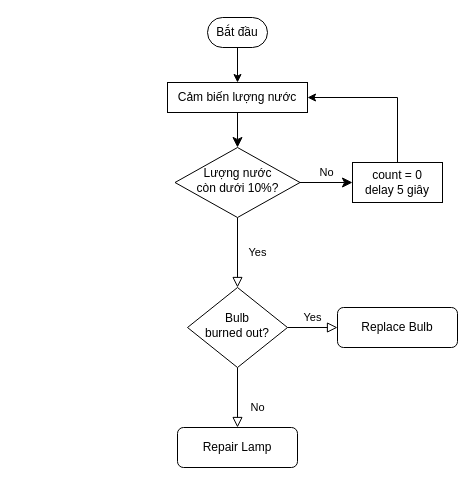
This is IOT flow chart.drawio from nguyenhuy158/diagrams, a draw.io file, before an edit. Source tidied: cells renumbered, new cells numbered last; positions are measured from the earlier drawing's top-left corner, leaving out a move shared by most shapes. Both pictures are drawn from the tidied source at 100%, with x=0, y=0 at pixel (167, 17).
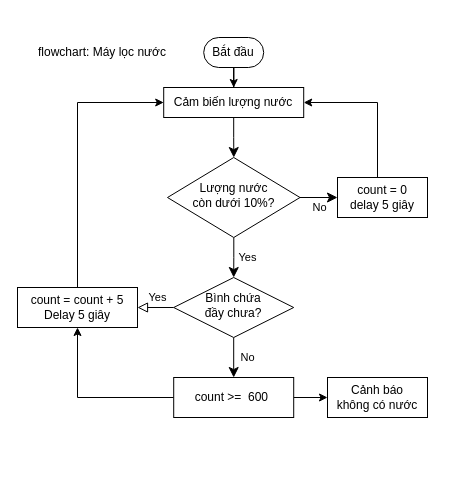
The same diagram, later.

What changed in the source:
```diff
@@
     <mxCell id="3" value="Cảm biến lượng nước" style="rounded=1;whiteSpace=wrap;html=1;fontSize=12;glass=0;strokeWidth=1;shadow=0;arcSize=0;" parent="1" vertex="1">
-      <mxGeometry y="65" width="140" height="30" as="geometry" />
+      <mxGeometry x="-3.8" y="70" width="140" height="30" as="geometry" />
     </mxCell>
-    <mxCell id="4" value="Yes" style="rounded=0;html=1;jettySize=auto;fontSize=11;endArrow=block;endFill=0;endSize=8;strokeWidth=1;shadow=0;labelBackgroundColor=none;edgeStyle=orthogonalEdgeStyle;" parent="1" edge="1" source="6" target="11">
-      <mxGeometry y="20" relative="1" as="geometry" />
+    <mxCell id="4" value="Yes" style="rounded=0;html=1;jettySize=auto;fontSize=11;endArrow=classic;endFill=1;endSize=8;strokeWidth=1;shadow=0;labelBackgroundColor=none;edgeStyle=orthogonalEdgeStyle;" parent="1" edge="1" source="6" target="11">
+      <mxGeometry y="14" relative="1" as="geometry" />
     </mxCell>
@@
     <mxCell id="6" value="Lượng nước &lt;br&gt;còn dưới 10%?" style="rhombus;whiteSpace=wrap;html=1;shadow=0;fontFamily=Helvetica;fontSize=12;align=center;strokeWidth=1;spacing=6;spacingTop=-4;" parent="1" vertex="1">
-      <mxGeometry x="7.5" y="130" width="125" height="70" as="geometry" />
+      <mxGeometry y="140" width="132.5" height="80" as="geometry" />
     </mxCell>
     <mxCell id="7" style="edgeStyle=orthogonalEdgeStyle;rounded=0;jettySize=auto;html=1;entryX=1;entryY=0.5;entryDx=0;entryDy=0;endArrow=classic;endFill=1;" parent="1" edge="1" source="8" target="3">
       <mxGeometry relative="1" as="geometry">
         <Array as="points">
-          <mxPoint x="230" y="80" />
+          <mxPoint x="210" y="85" />
         </Array>
       </mxGeometry>
     </mxCell>
     <mxCell id="8" value="count = 0&lt;br&gt;delay 5 giây" style="rounded=1;whiteSpace=wrap;html=1;fontSize=12;glass=0;strokeWidth=1;shadow=0;arcSize=0;" parent="1" vertex="1">
-      <mxGeometry x="185" y="145" width="90" height="40" as="geometry" />
+      <mxGeometry x="170" y="160" width="90" height="40" as="geometry" />
     </mxCell>
-    <mxCell id="9" value="No" style="rounded=0;html=1;jettySize=auto;fontSize=11;endArrow=block;endFill=0;endSize=8;strokeWidth=1;shadow=0;labelBackgroundColor=none;edgeStyle=orthogonalEdgeStyle;" parent="1" edge="1" source="11" target="12">
-      <mxGeometry x="0.33" y="20" relative="1" as="geometry" />
+    <mxCell id="9" value="No" style="rounded=0;html=1;jettySize=auto;fontSize=11;endArrow=classic;endFill=1;endSize=8;strokeWidth=1;shadow=0;labelBackgroundColor=none;edgeStyle=orthogonalEdgeStyle;" parent="1" edge="1" source="11" target="12">
+      <mxGeometry y="14" relative="1" as="geometry" />
     </mxCell>
     <mxCell id="10" value="Yes" style="edgeStyle=orthogonalEdgeStyle;rounded=0;html=1;jettySize=auto;fontSize=11;endArrow=block;endFill=0;endSize=8;strokeWidth=1;shadow=0;labelBackgroundColor=none;" parent="1" edge="1" source="11" target="13">
-      <mxGeometry y="10" relative="1" as="geometry" />
+      <mxGeometry x="0.08" y="-10" relative="1" as="geometry" />
     </mxCell>
-    <mxCell id="11" value="Bulb&lt;br&gt;burned out?" style="rhombus;whiteSpace=wrap;html=1;shadow=0;fontFamily=Helvetica;fontSize=12;align=center;strokeWidth=1;spacing=6;spacingTop=-4;" parent="1" vertex="1">
-      <mxGeometry x="20" y="270" width="100" height="80" as="geometry" />
+    <mxCell id="11" value="Bình chứa &lt;br&gt;đầy chưa?" style="rhombus;whiteSpace=wrap;html=1;shadow=0;fontFamily=Helvetica;fontSize=12;align=center;strokeWidth=1;spacing=6;spacingTop=-4;" parent="1" vertex="1">
+      <mxGeometry x="6.2" y="260" width="120" height="60" as="geometry" />
     </mxCell>
+    <mxCell id="16" style="edgeStyle=orthogonalEdgeStyle;rounded=0;jettySize=auto;html=1;entryX=0;entryY=0.5;entryDx=0;entryDy=0;endArrow=classic;endFill=1;" parent="1" edge="1" source="12" target="19">
+      <mxGeometry relative="1" as="geometry" />
+    </mxCell>
+    <mxCell id="17" style="edgeStyle=orthogonalEdgeStyle;rounded=0;jettySize=auto;html=1;endArrow=classic;endFill=1;entryX=0.5;entryY=1;entryDx=0;entryDy=0;" parent="1" edge="1" source="12" target="13">
+      <mxGeometry relative="1" as="geometry">
+        <Array as="points">
+          <mxPoint x="-90" y="380" />
+        </Array>
+      </mxGeometry>
+    </mxCell>
-    <mxCell id="12" value="Repair Lamp" style="rounded=1;whiteSpace=wrap;html=1;fontSize=12;glass=0;strokeWidth=1;shadow=0;" parent="1" vertex="1">
-      <mxGeometry x="10" y="410" width="120" height="40" as="geometry" />
+    <mxCell id="12" value="count &amp;gt;=&amp;nbsp; 600&amp;nbsp;" style="rounded=1;whiteSpace=wrap;html=1;fontSize=12;glass=0;strokeWidth=1;shadow=0;arcSize=0;" parent="1" vertex="1">
+      <mxGeometry x="6.2" y="360" width="120" height="40" as="geometry" />
     </mxCell>
+    <mxCell id="18" style="edgeStyle=orthogonalEdgeStyle;rounded=0;jettySize=auto;html=1;entryX=0;entryY=0.5;entryDx=0;entryDy=0;endArrow=classic;endFill=1;" parent="1" edge="1" source="13" target="3">
+      <mxGeometry relative="1" as="geometry">
+        <Array as="points">
+          <mxPoint x="-90" y="85" />
+        </Array>
+      </mxGeometry>
+    </mxCell>
-    <mxCell id="13" value="Replace Bulb" style="rounded=1;whiteSpace=wrap;html=1;fontSize=12;glass=0;strokeWidth=1;shadow=0;" parent="1" vertex="1">
-      <mxGeometry x="170" y="290" width="120" height="40" as="geometry" />
+    <mxCell id="13" value="count = count + 5&lt;br&gt;Delay 5 giây" style="rounded=1;whiteSpace=wrap;html=1;fontSize=12;glass=0;strokeWidth=1;shadow=0;arcSize=0;" parent="1" vertex="1">
+      <mxGeometry x="-150" y="270" width="120" height="40" as="geometry" />
     </mxCell>
@@
     <mxCell id="15" value="Bắt đầu" style="rounded=1;whiteSpace=wrap;html=1;fontSize=12;glass=0;strokeWidth=1;shadow=0;arcSize=50;" parent="1" vertex="1">
-      <mxGeometry x="40" width="60" height="30" as="geometry" />
+      <mxGeometry x="36.2" y="20" width="60" height="30" as="geometry" />
     </mxCell>
+    <mxCell id="19" value="Cảnh báo &lt;br&gt;không có nước" style="rounded=0;whiteSpace=wrap;html=1;" parent="1" vertex="1">
+      <mxGeometry x="160" y="360" width="100" height="40" as="geometry" />
+    </mxCell>
+    <mxCell id="20" value="flowchart: Máy lọc nước" style="text;html=1;strokeColor=none;fillColor=none;align=center;verticalAlign=middle;whiteSpace=wrap;rounded=0;" parent="1" vertex="1">
+      <mxGeometry x="-130" y="20" width="130" height="30" as="geometry" />
+    </mxCell>
```
